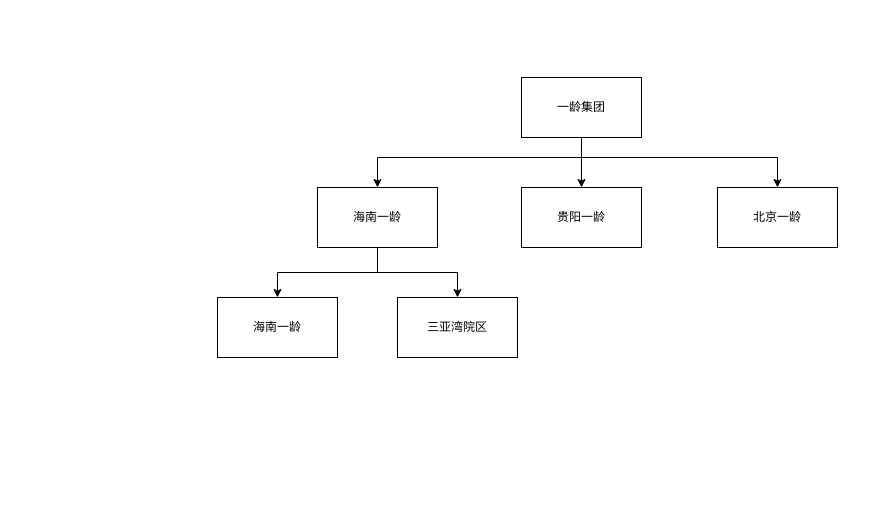
The draw.io diagram 海南一龄业务架构图.drawio in goylsf/image, before the edit. Source tidied: cells renumbered, new cells numbered last; positions are measured from the earlier drawing's top-left corner, leaving out a move shared by most shapes. Both pictures are drawn from the tidied source at 100%, with x=0, y=0 at pixel (217, 77).
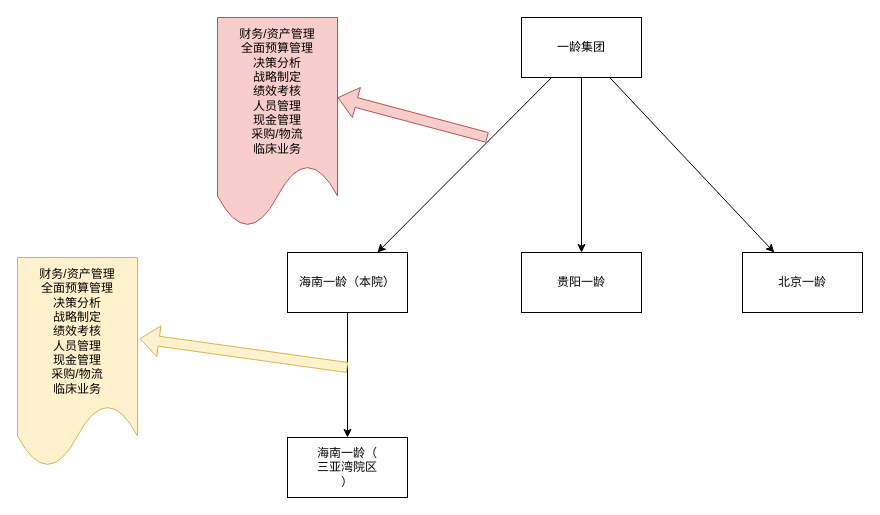
The same page after the edit.

Commit message (it also covers changes not shown here):
更新海南一龄业务架构图.drawio

Diff of the diagram source:
```diff
@@
 <mxGraphModel>
   <root>
     <mxCell id="0" />
     <mxCell id="1" parent="0" />
     <mxCell id="2" style="edgeStyle=orthogonalEdgeStyle;rounded=0;jettySize=auto;html=1;" parent="1" edge="1" source="5" target="9">
       <mxGeometry relative="1" as="geometry" />
     </mxCell>
-    <mxCell id="3" style="edgeStyle=orthogonalEdgeStyle;rounded=0;jettySize=auto;html=1;" parent="1" edge="1" source="5" target="8">
-      <mxGeometry relative="1" as="geometry">
-        <Array as="points">
-          <mxPoint x="364" y="80" />
-          <mxPoint x="160" y="80" />
-        </Array>
-      </mxGeometry>
+    <mxCell id="3" style="rounded=0;jettySize=auto;html=1;" parent="1" edge="1" source="5" target="8">
+      <mxGeometry relative="1" as="geometry" />
     </mxCell>
-    <mxCell id="4" style="edgeStyle=orthogonalEdgeStyle;rounded=0;jettySize=auto;html=1;" parent="1" edge="1" source="5" target="10">
-      <mxGeometry relative="1" as="geometry">
-        <Array as="points">
-          <mxPoint x="364" y="80" />
-          <mxPoint x="560" y="80" />
-        </Array>
-      </mxGeometry>
+    <mxCell id="4" style="rounded=0;jettySize=auto;html=1;" parent="1" edge="1" source="5" target="10">
+      <mxGeometry relative="1" as="geometry" />
     </mxCell>
     <mxCell id="5" value="一龄集团" style="rounded=0;whiteSpace=wrap;html=1;" parent="1" vertex="1">
-      <mxGeometry x="304" width="120" height="60" as="geometry" />
+      <mxGeometry x="304" y="-60" width="120" height="60" as="geometry" />
     </mxCell>
-    <mxCell id="6" style="edgeStyle=orthogonalEdgeStyle;rounded=0;jettySize=auto;html=1;" parent="1" edge="1" source="8" target="11">
-      <mxGeometry relative="1" as="geometry" />
-    </mxCell>
     <mxCell id="7" style="edgeStyle=orthogonalEdgeStyle;rounded=0;jettySize=auto;html=1;" parent="1" edge="1" source="8" target="12">
       <mxGeometry relative="1" as="geometry" />
     </mxCell>
-    <mxCell id="8" value="海南一龄" style="rounded=0;whiteSpace=wrap;html=1;" parent="1" vertex="1">
-      <mxGeometry x="100" y="110" width="120" height="60" as="geometry" />
+    <mxCell id="8" value="海南一龄（本院）" style="rounded=0;whiteSpace=wrap;html=1;" parent="1" vertex="1">
+      <mxGeometry x="70" y="175" width="120" height="60" as="geometry" />
     </mxCell>
     <mxCell id="9" value="贵阳一龄" style="rounded=0;whiteSpace=wrap;html=1;" parent="1" vertex="1">
-      <mxGeometry x="304" y="110" width="120" height="60" as="geometry" />
+      <mxGeometry x="304" y="175" width="120" height="60" as="geometry" />
     </mxCell>
     <mxCell id="10" value="北京一龄" style="rounded=0;whiteSpace=wrap;html=1;" parent="1" vertex="1">
-      <mxGeometry x="500" y="110" width="120" height="60" as="geometry" />
+      <mxGeometry x="525" y="175" width="120" height="60" as="geometry" />
     </mxCell>
-    <mxCell id="11" value="海南一龄" style="rounded=0;whiteSpace=wrap;html=1;" parent="1" vertex="1">
-      <mxGeometry y="220" width="120" height="60" as="geometry" />
-    </mxCell>
-    <mxCell id="12" value="&lt;div&gt;三亚湾院区&lt;/div&gt;" style="rounded=0;whiteSpace=wrap;html=1;" parent="1" vertex="1">
-      <mxGeometry x="180" y="220" width="120" height="60" as="geometry" />
+    <mxCell id="12" value="海南一龄（&lt;div&gt;三亚湾院区&lt;/div&gt;）" style="rounded=0;whiteSpace=wrap;html=1;" parent="1" vertex="1">
+      <mxGeometry x="70" y="360" width="120" height="60" as="geometry" />
     </mxCell>
+    <mxCell id="13" style="shape=flexArrow;endArrow=classic;html=1;rounded=0;fillColor=#fff2cc;strokeColor=#d6b656;entryX=1.017;entryY=0.386;entryDx=0;entryDy=0;entryPerimeter=0;" parent="1" edge="1" target="14">
+      <mxGeometry relative="1" as="geometry">
+        <mxPoint x="130" y="290" as="sourcePoint" />
+      </mxGeometry>
+    </mxCell>
+    <mxCell id="14" value="财务/资产管理&lt;br style=&quot;border-color: var(--border-color); padding: 0px; margin: 0px; text-align: left;&quot;&gt;&lt;span style=&quot;text-align: left;&quot;&gt;全面预算管理&lt;/span&gt;&lt;br style=&quot;border-color: var(--border-color); padding: 0px; margin: 0px; text-align: left;&quot;&gt;&lt;span style=&quot;text-align: left;&quot;&gt;决策分析&lt;/span&gt;&lt;br style=&quot;border-color: var(--border-color); padding: 0px; margin: 0px; text-align: left;&quot;&gt;&lt;span style=&quot;text-align: left;&quot;&gt;战略制定&lt;/span&gt;&lt;br style=&quot;border-color: var(--border-color); padding: 0px; margin: 0px; text-align: left;&quot;&gt;&lt;span style=&quot;text-align: left;&quot;&gt;绩效考核&lt;/span&gt;&lt;br style=&quot;border-color: var(--border-color); padding: 0px; margin: 0px; text-align: left;&quot;&gt;&lt;span style=&quot;text-align: left;&quot;&gt;人员管理&lt;/span&gt;&lt;br style=&quot;border-color: var(--border-color); padding: 0px; margin: 0px; text-align: left;&quot;&gt;&lt;span style=&quot;text-align: left;&quot;&gt;现金管理&lt;/span&gt;&lt;br style=&quot;border-color: var(--border-color); padding: 0px; margin: 0px; text-align: left;&quot;&gt;&lt;span style=&quot;text-align: left;&quot;&gt;采购/物流&lt;/span&gt;&lt;br style=&quot;border-color: var(--border-color); padding: 0px; margin: 0px; text-align: left;&quot;&gt;&lt;span style=&quot;text-align: left;&quot;&gt;临床业务&lt;/span&gt;" style="shape=document;whiteSpace=wrap;html=1;boundedLbl=1;fillColor=#fff2cc;strokeColor=#d6b656;" parent="1" vertex="1">
+      <mxGeometry x="-200" y="180" width="120" height="210" as="geometry" />
+    </mxCell>
+    <mxCell id="15" value="财务/资产管理&lt;br style=&quot;border-color: var(--border-color); padding: 0px; margin: 0px; text-align: left;&quot;&gt;&lt;span style=&quot;text-align: left;&quot;&gt;全面预算管理&lt;/span&gt;&lt;br style=&quot;border-color: var(--border-color); padding: 0px; margin: 0px; text-align: left;&quot;&gt;&lt;span style=&quot;text-align: left;&quot;&gt;决策分析&lt;/span&gt;&lt;br style=&quot;border-color: var(--border-color); padding: 0px; margin: 0px; text-align: left;&quot;&gt;&lt;span style=&quot;text-align: left;&quot;&gt;战略制定&lt;/span&gt;&lt;br style=&quot;border-color: var(--border-color); padding: 0px; margin: 0px; text-align: left;&quot;&gt;&lt;span style=&quot;text-align: left;&quot;&gt;绩效考核&lt;/span&gt;&lt;br style=&quot;border-color: var(--border-color); padding: 0px; margin: 0px; text-align: left;&quot;&gt;&lt;span style=&quot;text-align: left;&quot;&gt;人员管理&lt;/span&gt;&lt;br style=&quot;border-color: var(--border-color); padding: 0px; margin: 0px; text-align: left;&quot;&gt;&lt;span style=&quot;text-align: left;&quot;&gt;现金管理&lt;/span&gt;&lt;br style=&quot;border-color: var(--border-color); padding: 0px; margin: 0px; text-align: left;&quot;&gt;&lt;span style=&quot;text-align: left;&quot;&gt;采购/物流&lt;/span&gt;&lt;br style=&quot;border-color: var(--border-color); padding: 0px; margin: 0px; text-align: left;&quot;&gt;&lt;span style=&quot;text-align: left;&quot;&gt;临床业务&lt;/span&gt;" style="shape=document;whiteSpace=wrap;html=1;boundedLbl=1;fillColor=#f8cecc;strokeColor=#b85450;" parent="1" vertex="1">
+      <mxGeometry y="-60" width="120" height="210" as="geometry" />
+    </mxCell>
+    <mxCell id="16" style="shape=flexArrow;endArrow=classic;html=1;rounded=0;fillColor=#f8cecc;strokeColor=#b85450;entryX=1.042;entryY=0.319;entryDx=0;entryDy=0;entryPerimeter=0;" parent="1" edge="1">
+      <mxGeometry relative="1" as="geometry">
+        <mxPoint x="270" y="60" as="sourcePoint" />
+        <mxPoint x="120" y="20" as="targetPoint" />
+      </mxGeometry>
+    </mxCell>
   </root>
 </mxGraphModel>
```
